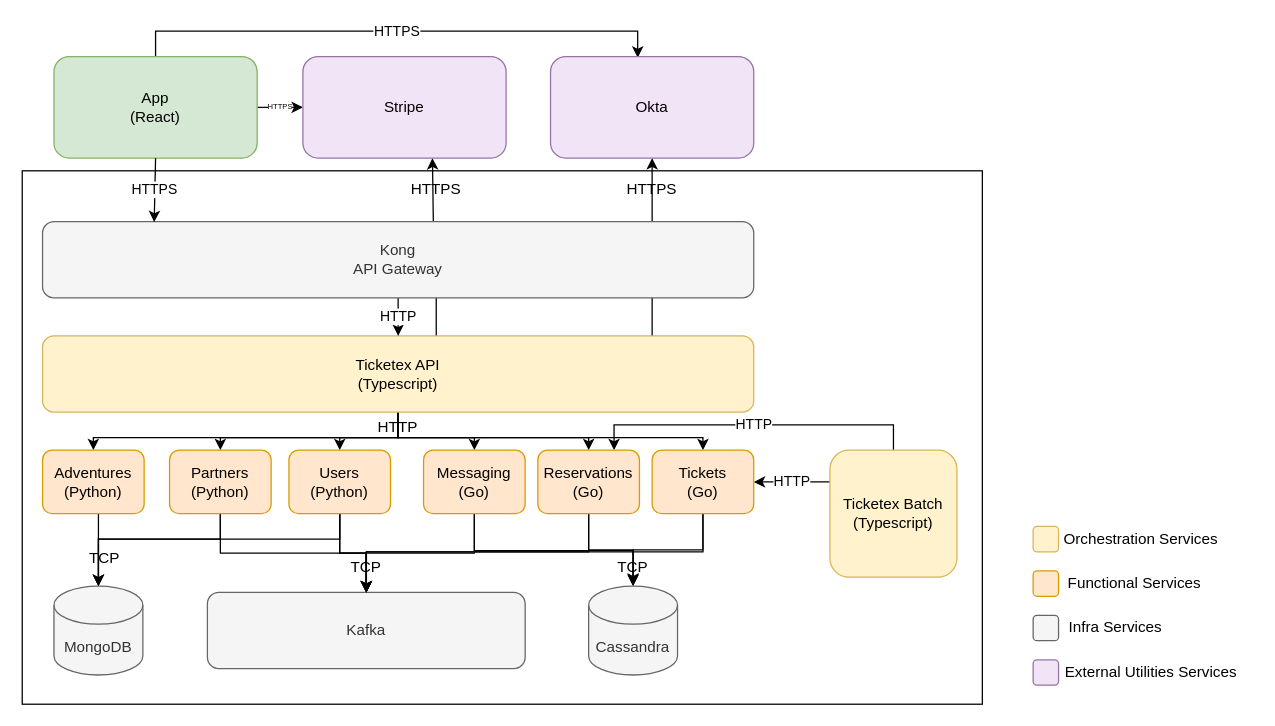
Above: page "Arch (Low)" (3 of 4) of docs/arch.drawio in andrescosta/ticketex (draw.io), before the change. Source tidied: cells renumbered, new cells numbered last; positions are measured from the earlier drawing's top-left corner, leaving out a move shared by most shapes. Both pictures are drawn from the tidied source at 127%, with x=0, y=0 at pixel (22, 30).
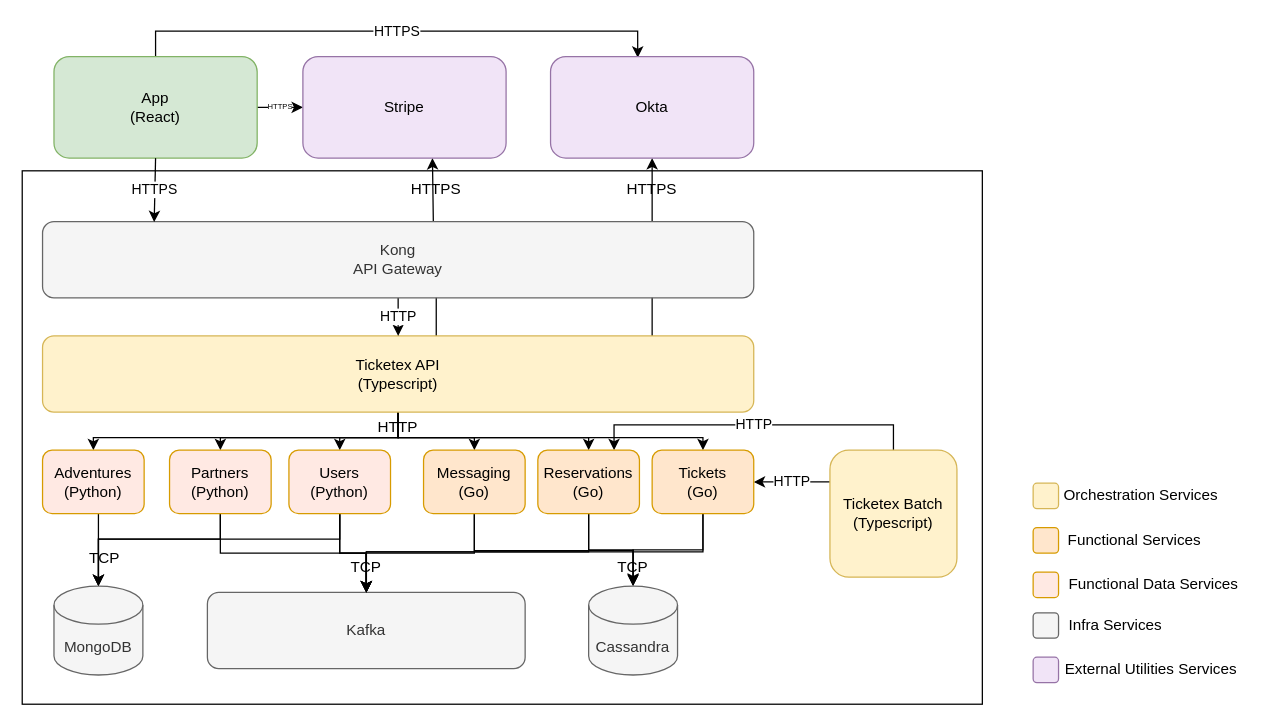
The same page after the edit.

The edit, as a diff of the source:
```diff
@@
-    <mxCell id="18" value="Partners&lt;br&gt;(Python)" style="rounded=1;whiteSpace=wrap;html=1;fillColor=#ffe6cc;strokeColor=#d79b00;" parent="1" vertex="1">
+    <mxCell id="18" value="Partners&lt;br&gt;(Python)" style="rounded=1;whiteSpace=wrap;html=1;fillColor=#FFE9E3;strokeColor=#d79b00;" parent="1" vertex="1">
       <mxGeometry x="116" y="330" width="80" height="50" as="geometry" />
     </mxCell>
@@
-    <mxCell id="22" value="Users&lt;br&gt;(Python)" style="rounded=1;whiteSpace=wrap;html=1;fillColor=#ffe6cc;strokeColor=#d79b00;" parent="1" vertex="1">
+    <mxCell id="22" value="Users&lt;br&gt;(Python)" style="rounded=1;whiteSpace=wrap;html=1;fillColor=#FFE9E3;strokeColor=#d79b00;" parent="1" vertex="1">
       <mxGeometry x="210" y="330" width="80" height="50" as="geometry" />
     </mxCell>
@@
-    <mxCell id="35" value="Adventures&lt;br&gt;(Python)" style="rounded=1;whiteSpace=wrap;html=1;fillColor=#ffe6cc;strokeColor=#d79b00;" parent="1" vertex="1">
+    <mxCell id="35" value="Adventures&lt;br&gt;(Python)" style="rounded=1;whiteSpace=wrap;html=1;fillColor=#FFE9E3;strokeColor=#d79b00;" parent="1" vertex="1">
       <mxGeometry x="16" y="330" width="80" height="50" as="geometry" />
     </mxCell>
@@
     <mxCell id="50" style="group;" parent="1" vertex="1">
-      <mxGeometry x="796" y="385" width="140" height="30" as="geometry" />
+      <mxGeometry x="796" y="351" width="140" height="30" as="geometry" />
     </mxCell>
@@
     <mxCell id="55" style="group;" parent="1" vertex="1">
-      <mxGeometry x="796" y="455" width="120" height="30" as="geometry" />
+      <mxGeometry x="796" y="421" width="120" height="30" as="geometry" />
     </mxCell>
     <mxCell id="56" style="rounded=1;whiteSpace=wrap;html=1;fillColor=#f5f5f5;strokeColor=#666666;fontColor=#333333;" parent="55" vertex="1">
-      <mxGeometry y="5" width="20" height="20" as="geometry" />
+      <mxGeometry y="37" width="20" height="20" as="geometry" />
     </mxCell>
     <mxCell id="57" value="Infra Services" style="text;html=1;strokeColor=none;fillColor=none;align=center;verticalAlign=middle;whiteSpace=wrap;rounded=0;" parent="55" vertex="1">
-      <mxGeometry x="10" width="110" height="30" as="geometry" />
+      <mxGeometry x="10" y="32" width="110" height="30" as="geometry" />
     </mxCell>
     <mxCell id="58" style="group;" parent="1" vertex="1">
-      <mxGeometry x="796" y="490" width="173" height="30" as="geometry" />
+      <mxGeometry x="796" y="456" width="173" height="30" as="geometry" />
     </mxCell>
     <mxCell id="59" style="rounded=1;whiteSpace=wrap;html=1;fillColor=#F1E4F7;strokeColor=#9673a6;" parent="58" vertex="1">
-      <mxGeometry y="5" width="20" height="20" as="geometry" />
+      <mxGeometry y="37" width="20" height="20" as="geometry" />
     </mxCell>
     <mxCell id="60" value="External Utilities Services" style="text;html=1;strokeColor=none;fillColor=none;align=center;verticalAlign=middle;whiteSpace=wrap;rounded=0;" parent="58" vertex="1">
-      <mxGeometry x="13" width="160" height="30" as="geometry" />
+      <mxGeometry x="13" y="32" width="160" height="30" as="geometry" />
     </mxCell>
     <mxCell id="61" style="group;" parent="1" vertex="1">
-      <mxGeometry x="796" y="420" width="140" height="30" as="geometry" />
+      <mxGeometry x="796" y="386" width="140" height="30" as="geometry" />
     </mxCell>
@@
+    <mxCell id="65" style="rounded=1;whiteSpace=wrap;html=1;fillColor=#FFE9E3;strokeColor=#d79b00;" parent="1" vertex="1">
+      <mxGeometry x="796" y="426" width="20" height="20" as="geometry" />
+    </mxCell>
+    <mxCell id="66" value="Functional Data Services" style="text;html=1;strokeColor=none;fillColor=none;align=center;verticalAlign=middle;whiteSpace=wrap;rounded=0;" parent="1" vertex="1">
+      <mxGeometry x="816" y="421" width="150" height="30" as="geometry" />
+    </mxCell>
```
